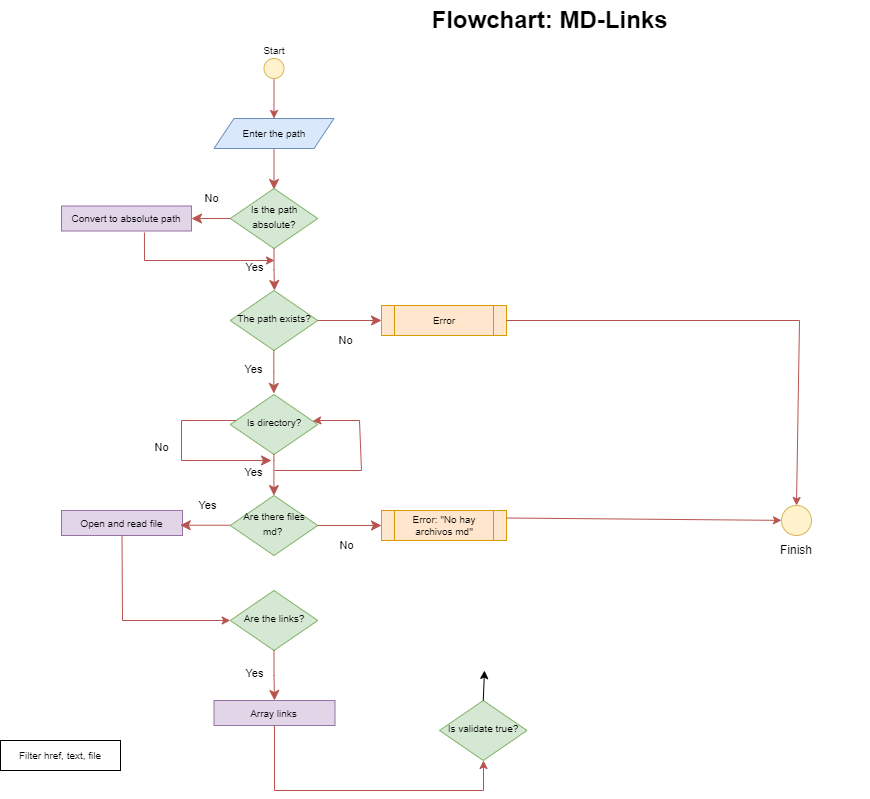
The draw.io diagram Diagrama_flujo_md-Links.drawio.png in arelia10/LIM017-md-links, before a commit. Source tidied: cells renumbered, new cells last; positions are measured from the earlier drawing's top-left corner, leaving out a move shared by most shapes.
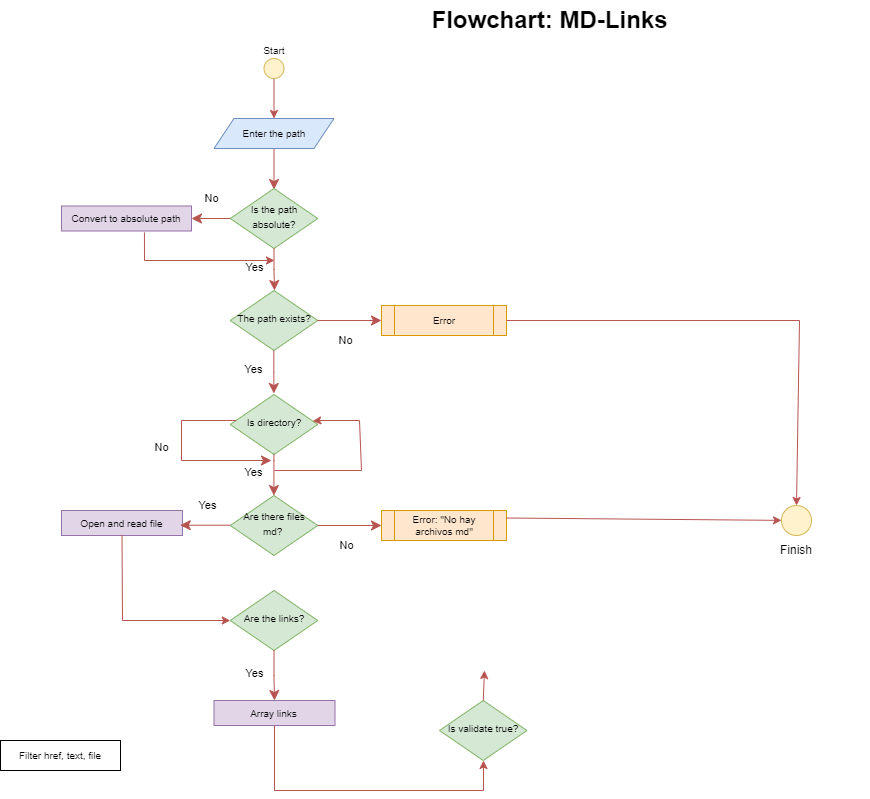
The same diagram one commit later.

What changed in the source:
```diff
@@ -165,7 +165,7 @@
         </Array>
       </mxGeometry>
     </mxCell>
-    <mxCell id="37" style="endArrow=classic;html=1;rounded=0;exitX=0.5;exitY=0;exitDx=0;exitDy=0;" parent="1" edge="1" source="34">
+    <mxCell id="37" style="endArrow=classic;html=1;rounded=0;exitX=0.5;exitY=0;exitDx=0;exitDy=0;fillColor=#f8cecc;strokeColor=#b85450;" parent="1" edge="1" source="34">
       <mxGeometry relative="1" as="geometry">
         <mxPoint x="484" y="670" as="targetPoint" />
       </mxGeometry>
```
